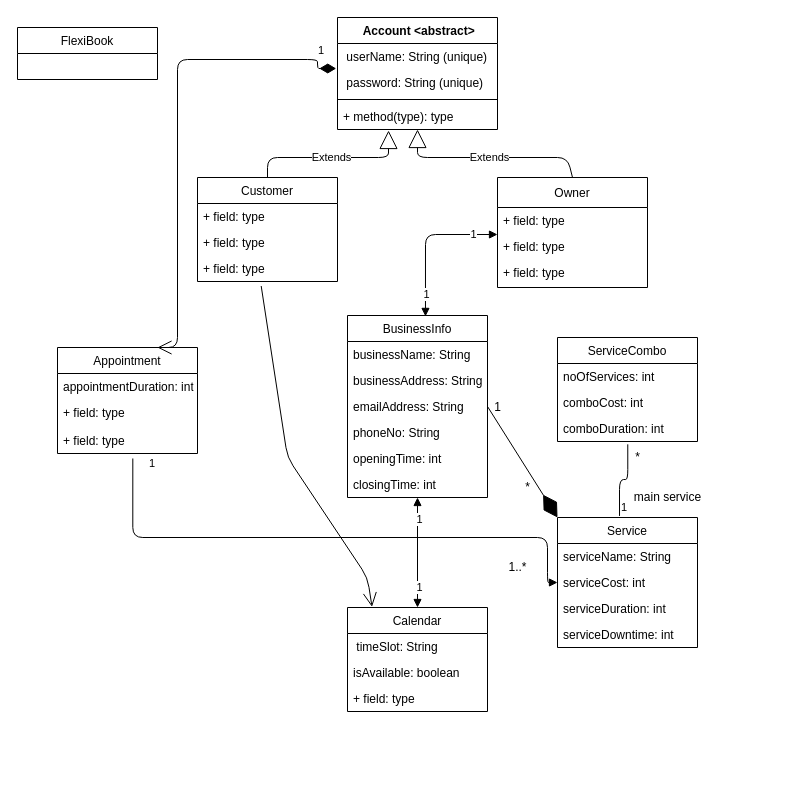
This is FlexiBook.drawio from chivatam/FlexiBook, a draw.io file, before an edit. Source tidied: cells renumbered, new cells numbered last; positions are measured from the earlier drawing's top-left corner, leaving out a move shared by most shapes. Both pictures are drawn from the tidied source at 100%, with x=0, y=0 at pixel (17, 17).
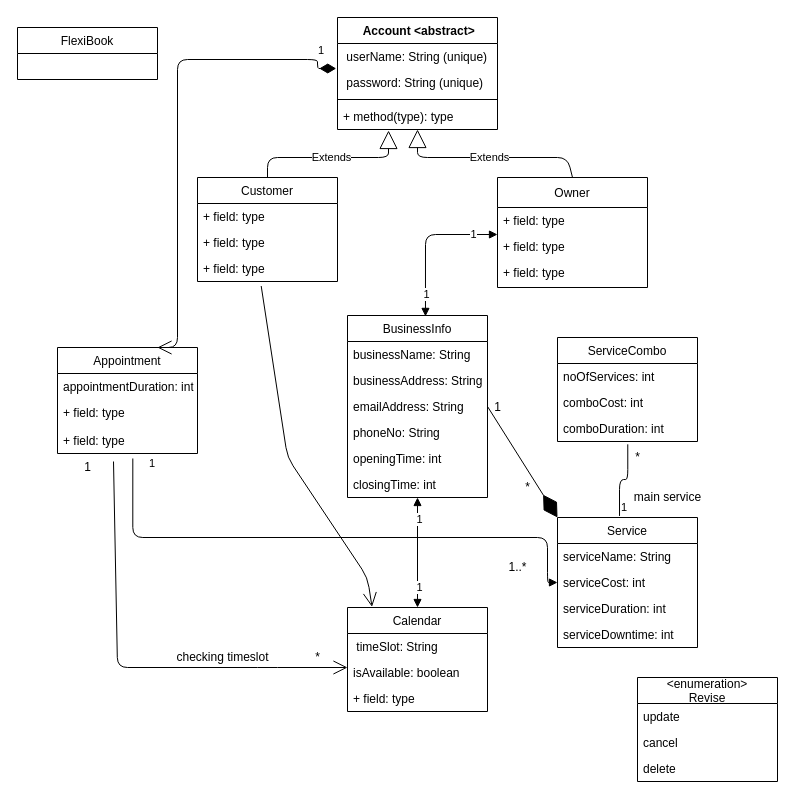
Above is the later version.

Unchanged cells that the change refers to:
```xml
<mxCell id="48" value="+ field: type" style="text;strokeColor=none;fillColor=none;align=left;verticalAlign=top;spacingLeft=4;spacingRight=4;overflow=hidden;points=[[0,0.5],[1,0.5]];portConstraint=eastwest;" parent="45" vertex="1">
  <mxGeometry y="80" width="140" height="26" as="geometry" />
</mxCell>
```

Diff of the diagram source:
```diff
@@
+    <mxCell id="60" style="endArrow=open;endFill=1;endSize=12;html=1;exitX=0.4;exitY=1.308;exitDx=0;exitDy=0;exitPerimeter=0;" parent="1" edge="1" source="48">
+      <mxGeometry relative="1" as="geometry">
+        <mxPoint x="330" y="650" as="targetPoint" />
+        <Array as="points">
+          <mxPoint x="100" y="650" />
+          <mxPoint x="250" y="650" />
+        </Array>
+      </mxGeometry>
+    </mxCell>
+    <mxCell id="61" value="checking timeslot" style="text;html=1;align=center;verticalAlign=middle;" parent="1" vertex="1">
+      <mxGeometry x="150" y="630" width="110" height="20" as="geometry" />
+    </mxCell>
+    <mxCell id="62" value="1" style="text;html=1;align=center;verticalAlign=middle;" parent="1" vertex="1">
+      <mxGeometry x="60" y="440" width="20" height="20" as="geometry" />
+    </mxCell>
+    <mxCell id="63" value="*" style="text;html=1;align=center;verticalAlign=middle;" parent="1" vertex="1">
+      <mxGeometry x="290" y="630" width="20" height="20" as="geometry" />
+    </mxCell>
+    <mxCell id="64" value="&lt;enumeration&gt;&#10;Revise" style="swimlane;fontStyle=0;horizontal=1;startSize=26;fillColor=none;" parent="1" vertex="1">
+      <mxGeometry x="620" y="660" width="140" height="104" as="geometry" />
+    </mxCell>
+    <mxCell id="65" value="update" style="text;strokeColor=none;fillColor=none;align=left;verticalAlign=top;spacingLeft=4;spacingRight=4;overflow=hidden;" parent="64" vertex="1">
+      <mxGeometry y="26" width="140" height="26" as="geometry" />
+    </mxCell>
+    <mxCell id="66" value="cancel" style="text;strokeColor=none;fillColor=none;align=left;verticalAlign=top;spacingLeft=4;spacingRight=4;overflow=hidden;" parent="64" vertex="1">
+      <mxGeometry y="52" width="140" height="26" as="geometry" />
+    </mxCell>
+    <mxCell id="67" value="delete" style="text;strokeColor=none;fillColor=none;align=left;verticalAlign=top;spacingLeft=4;spacingRight=4;overflow=hidden;" parent="64" vertex="1">
+      <mxGeometry y="78" width="140" height="26" as="geometry" />
+    </mxCell>
```
